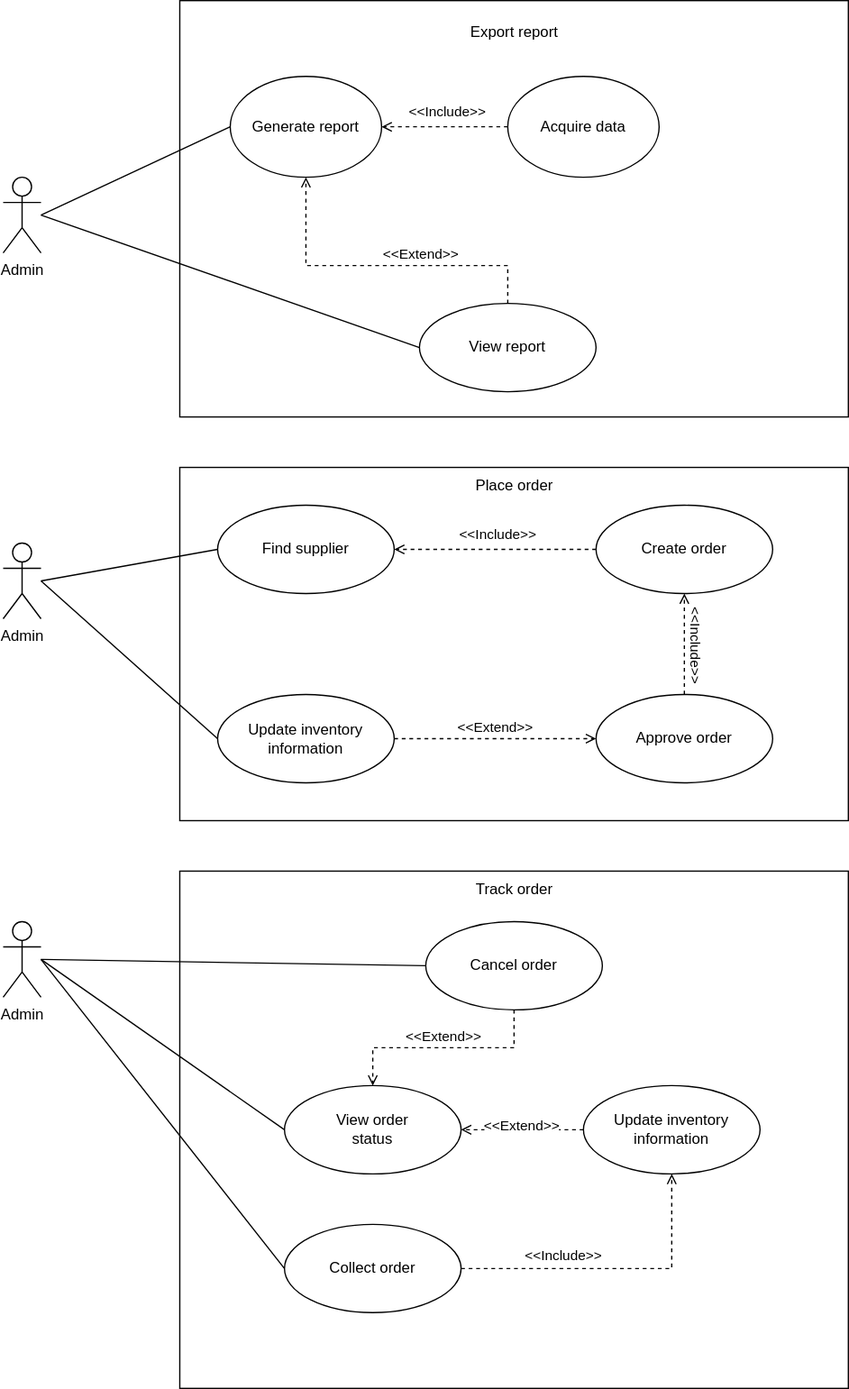
Before: Untitled Diagram.drawio.svg, a diagram exported from draw.io (Simamkele88/IFM3_GP). Source tidied: cells renumbered, new cells last; positions are measured from the earlier drawing's top-left corner, leaving out a move shared by most shapes.
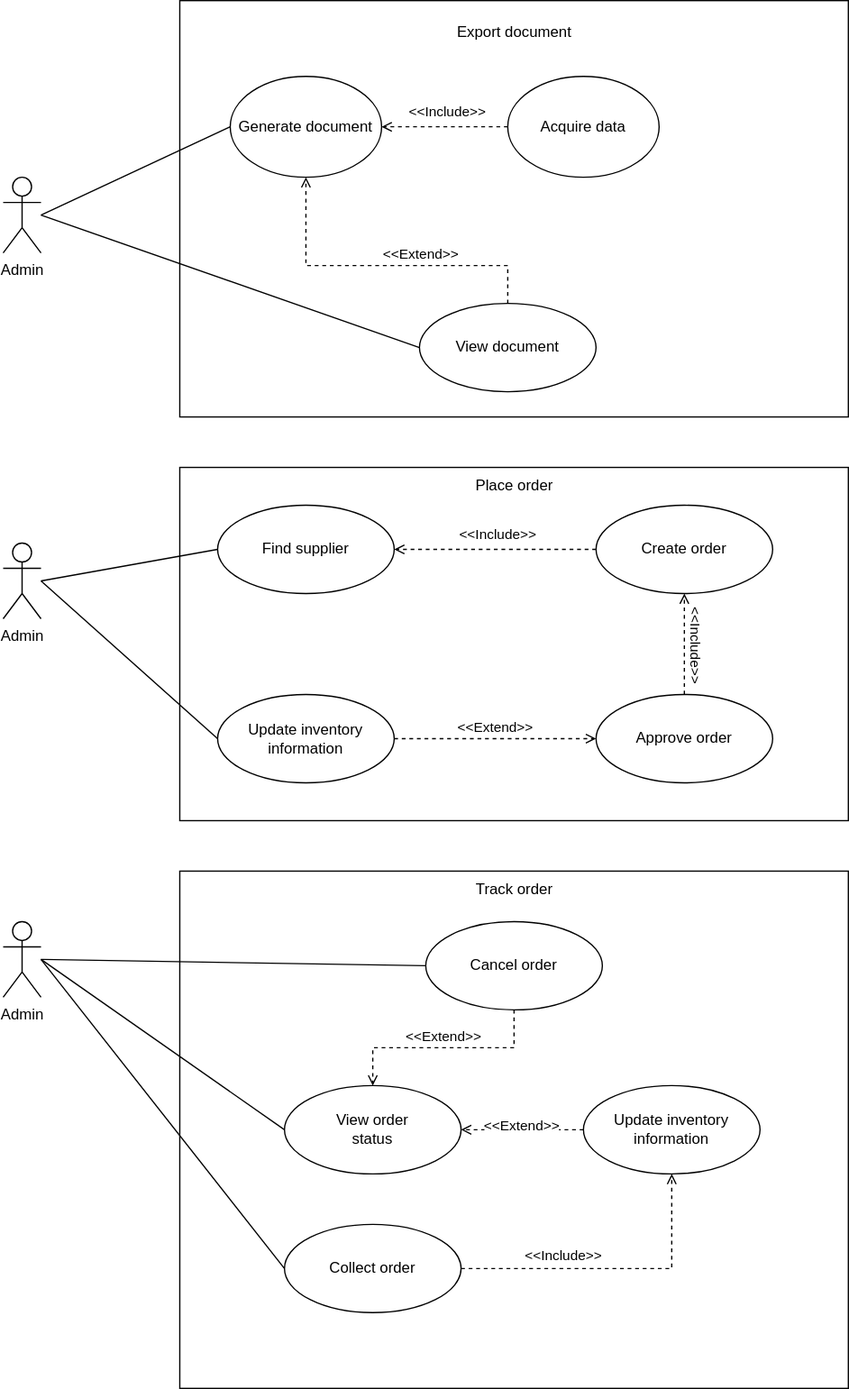
After the change.

What changed in the source:
```diff
@@ -16,10 +16,10 @@
     <mxCell id="5" value="Acquire data" style="ellipse;whiteSpace=wrap;html=1;" parent="1" vertex="1">
       <mxGeometry x="400" y="60" width="120" height="80" as="geometry" />
     </mxCell>
-    <mxCell id="6" value="Export report" style="text;html=1;align=center;verticalAlign=middle;whiteSpace=wrap;rounded=0;" parent="1" vertex="1">
+    <mxCell id="6" value="Export document" style="text;html=1;align=center;verticalAlign=middle;whiteSpace=wrap;rounded=0;" parent="1" vertex="1">
       <mxGeometry x="352.5" y="10" width="105" height="30" as="geometry" />
     </mxCell>
-    <mxCell id="7" value="Generate report" style="ellipse;whiteSpace=wrap;html=1;" parent="1" vertex="1">
+    <mxCell id="7" value="Generate document" style="ellipse;whiteSpace=wrap;html=1;" parent="1" vertex="1">
       <mxGeometry x="180" y="60" width="120" height="80" as="geometry" />
     </mxCell>
     <mxCell id="8" value="Admin" style="shape=umlActor;verticalLabelPosition=bottom;verticalAlign=top;html=1;" parent="1" vertex="1">
@@ -43,7 +43,7 @@
         <mxPoint x="18" y="-10" as="offset" />
       </mxGeometry>
     </mxCell>
-    <mxCell id="12" value="View report" style="ellipse;whiteSpace=wrap;html=1;" parent="1" vertex="1">
+    <mxCell id="12" value="View document" style="ellipse;whiteSpace=wrap;html=1;" parent="1" vertex="1">
       <mxGeometry x="330" y="240" width="140" height="70" as="geometry" />
     </mxCell>
     <mxCell id="13" style="whiteSpace=wrap;html=1;" parent="1" vertex="1">
```
